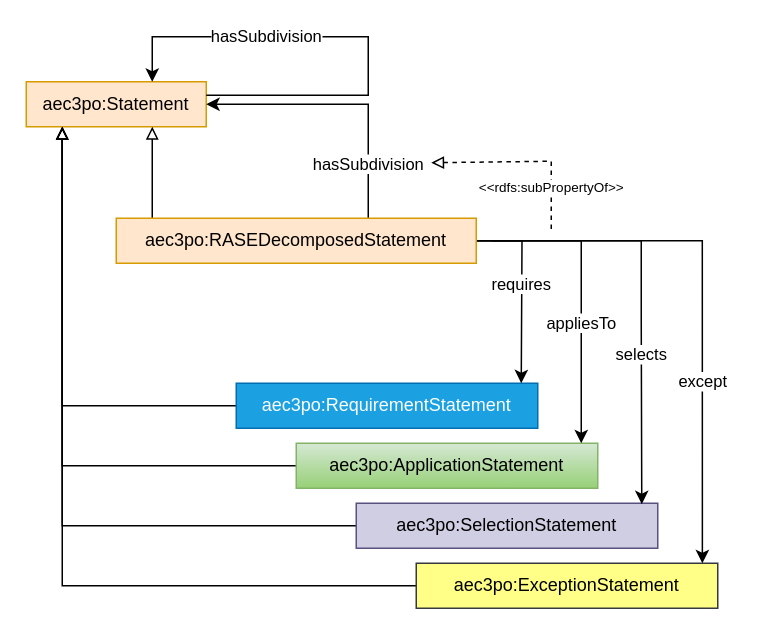
Accord-Project/aec3po keeps this draw.io diagram as page "rase_statement" (31 of 48) of src/aec3po.drawio. Above is the earlier version. Source tidied: cells renumbered, new cells numbered last; positions are measured from the earlier drawing's top-left corner, leaving out a move shared by most shapes. Both pictures are drawn from the tidied source at 150%, with x=0, y=0 at pixel (26, 36).
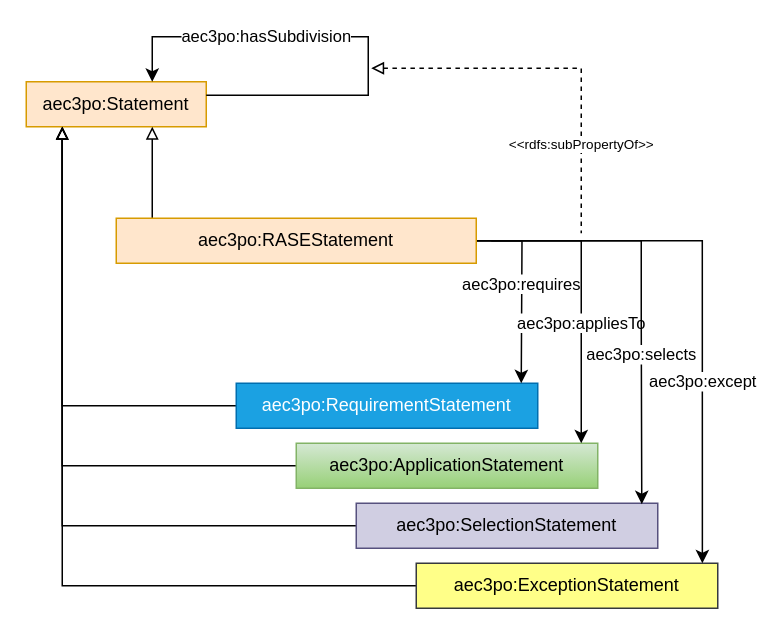
The same page after the edit.

The change refers to these unchanged cells:
```xml
<mxCell id="2" value="aec3po:Statement" style="rounded=0;whiteSpace=wrap;html=1;snapToPoint=1;points=[[0.1,0],[0.2,0],[0.3,0],[0.4,0],[0.5,0],[0.6,0],[0.7,0],[0.8,0],[0.9,0],[0,0.1],[0,0.3],[0,0.5],[0,0.7],[0,0.9],[0.1,1],[0.2,1],[0.3,1],[0.4,1],[0.5,1],[0.6,1],[0.7,1],[0.8,1],[0.9,1],[1,0.1],[1,0.3],[1,0.5],[1,0.7],[1,0.9]];fillColor=#ffe6cc;strokeColor=#d79b00;" parent="1" vertex="1">
  <mxGeometry y="30" width="120" height="30" as="geometry" />
</mxCell>
<mxCell id="6" value="aec3po:SelectionStatement" style="rounded=0;whiteSpace=wrap;html=1;snapToPoint=1;points=[[0.1,0],[0.2,0],[0.3,0],[0.4,0],[0.5,0],[0.6,0],[0.7,0],[0.8,0],[0.9,0],[0,0.1],[0,0.3],[0,0.5],[0,0.7],[0,0.9],[0.1,1],[0.2,1],[0.3,1],[0.4,1],[0.5,1],[0.6,1],[0.7,1],[0.8,1],[0.9,1],[1,0.1],[1,0.3],[1,0.5],[1,0.7],[1,0.9]];fillColor=#d0cee2;strokeColor=#56517e;" parent="1" vertex="1">
  <mxGeometry x="220" y="311" width="201" height="30" as="geometry" />
</mxCell>
<mxCell id="10" value="aec3po:ExceptionStatement" style="rounded=0;whiteSpace=wrap;html=1;snapToPoint=1;points=[[0.1,0],[0.2,0],[0.3,0],[0.4,0],[0.5,0],[0.6,0],[0.7,0],[0.8,0],[0.9,0],[0,0.1],[0,0.3],[0,0.5],[0,0.7],[0,0.9],[0.1,1],[0.2,1],[0.3,1],[0.4,1],[0.5,1],[0.6,1],[0.7,1],[0.8,1],[0.9,1],[1,0.1],[1,0.3],[1,0.5],[1,0.7],[1,0.9]];fillColor=#ffff88;strokeColor=#36393d;" parent="1" vertex="1">
  <mxGeometry x="260" y="351" width="201" height="30" as="geometry" />
</mxCell>
```

Diff of the diagram source:
```diff
@@
-    <mxCell id="11" value="requires" style="edgeStyle=orthogonalEdgeStyle;rounded=0;jettySize=auto;html=1;exitX=1;exitY=0.5;exitDx=0;exitDy=0;endArrow=classic;endFill=1;" parent="1" edge="1" source="17">
+    <mxCell id="11" value="aec3po:requires" style="edgeStyle=orthogonalEdgeStyle;rounded=0;jettySize=auto;html=1;exitX=1;exitY=0.5;exitDx=0;exitDy=0;endArrow=classic;endFill=1;" parent="1" edge="1" source="17">
       <mxGeometry x="-0.04" relative="1" as="geometry">
         <mxPoint x="330" y="231" as="targetPoint" />
       </mxGeometry>
     </mxCell>
-    <mxCell id="12" value="appliesTo" style="edgeStyle=orthogonalEdgeStyle;rounded=0;orthogonalLoop=1;jettySize=auto;html=1;endArrow=classic;endFill=1;" parent="1" edge="1">
+    <mxCell id="12" value="aec3po:appliesTo" style="edgeStyle=orthogonalEdgeStyle;rounded=0;orthogonalLoop=1;jettySize=auto;html=1;endArrow=classic;endFill=1;" parent="1" edge="1">
       <mxGeometry x="0.18" relative="1" as="geometry">
         <mxPoint x="310" y="136" as="sourcePoint" />
         <mxPoint x="370" y="271" as="targetPoint" />
         <Array as="points">
           <mxPoint x="370" y="136" />
           <mxPoint x="370" y="271" />
         </Array>
       </mxGeometry>
     </mxCell>
-    <mxCell id="13" value="selects" style="edgeStyle=orthogonalEdgeStyle;rounded=0;jettySize=auto;html=1;exitX=1;exitY=0.5;exitDx=0;exitDy=0;entryX=0.947;entryY=0.02;entryDx=0;entryDy=0;endArrow=classic;endFill=1;entryPerimeter=0;" parent="1" edge="1" source="17" target="6">
+    <mxCell id="13" value="aec3po:selects" style="edgeStyle=orthogonalEdgeStyle;rounded=0;jettySize=auto;html=1;exitX=1;exitY=0.5;exitDx=0;exitDy=0;entryX=0.947;entryY=0.02;entryDx=0;entryDy=0;endArrow=classic;endFill=1;entryPerimeter=0;" parent="1" edge="1" source="17" target="6">
       <mxGeometry x="0.3" relative="1" as="geometry">
         <Array as="points">
           <mxPoint x="410" y="136" />
           <mxPoint x="410" y="191" />
         </Array>
       </mxGeometry>
     </mxCell>
-    <mxCell id="14" value="except" style="edgeStyle=orthogonalEdgeStyle;rounded=0;jettySize=auto;html=1;exitX=1;exitY=0.5;exitDx=0;exitDy=0;entryX=0.949;entryY=0.002;entryDx=0;entryDy=0;entryPerimeter=0;endArrow=classic;endFill=1;" parent="1" edge="1" source="17" target="10">
+    <mxCell id="14" value="aec3po:except" style="edgeStyle=orthogonalEdgeStyle;rounded=0;jettySize=auto;html=1;exitX=1;exitY=0.5;exitDx=0;exitDy=0;entryX=0.949;entryY=0.002;entryDx=0;entryDy=0;entryPerimeter=0;endArrow=classic;endFill=1;" parent="1" edge="1" source="17" target="10">
       <mxGeometry x="0.34" relative="1" as="geometry" />
     </mxCell>
@@
-    <mxCell id="16" value="hasSubdivision" style="edgeStyle=orthogonalEdgeStyle;rounded=0;jettySize=auto;html=1;exitX=0.7;exitY=0;exitDx=0;exitDy=0;entryX=1;entryY=0.5;entryDx=0;entryDy=0;endArrow=classic;endFill=1;" parent="1" edge="1" source="17" target="2">
-      <mxGeometry x="-0.61" relative="1" as="geometry" />
-    </mxCell>
-    <mxCell id="17" value="aec3po:RASEDecomposedStatement" style="rounded=0;whiteSpace=wrap;html=1;snapToPoint=1;points=[[0.1,0],[0.2,0],[0.3,0],[0.4,0],[0.5,0],[0.6,0],[0.7,0],[0.8,0],[0.9,0],[0,0.1],[0,0.3],[0,0.5],[0,0.7],[0,0.9],[0.1,1],[0.2,1],[0.3,1],[0.4,1],[0.5,1],[0.6,1],[0.7,1],[0.8,1],[0.9,1],[1,0.1],[1,0.3],[1,0.5],[1,0.7],[1,0.9]];fillColor=#ffe6cc;strokeColor=#d79b00;" parent="1" vertex="1">
+    <mxCell id="17" value="aec3po:RASEStatement" style="rounded=0;whiteSpace=wrap;html=1;snapToPoint=1;points=[[0.1,0],[0.2,0],[0.3,0],[0.4,0],[0.5,0],[0.6,0],[0.7,0],[0.8,0],[0.9,0],[0,0.1],[0,0.3],[0,0.5],[0,0.7],[0,0.9],[0.1,1],[0.2,1],[0.3,1],[0.4,1],[0.5,1],[0.6,1],[0.7,1],[0.8,1],[0.9,1],[1,0.1],[1,0.3],[1,0.5],[1,0.7],[1,0.9]];fillColor=#ffe6cc;strokeColor=#d79b00;" parent="1" vertex="1">
       <mxGeometry x="60" y="121" width="240" height="30" as="geometry" />
     </mxCell>
-    <mxCell id="18" value="hasSubdivision" style="edgeStyle=orthogonalEdgeStyle;rounded=0;orthogonalLoop=1;jettySize=auto;html=1;exitX=1;exitY=0.3;exitDx=0;exitDy=0;entryX=0.7;entryY=0;entryDx=0;entryDy=0;endArrow=classic;endFill=1;" parent="1" edge="1" source="2" target="2">
+    <mxCell id="18" value="aec3po:hasSubdivision" style="edgeStyle=orthogonalEdgeStyle;rounded=0;orthogonalLoop=1;jettySize=auto;html=1;exitX=1;exitY=0.3;exitDx=0;exitDy=0;entryX=0.7;entryY=0;entryDx=0;entryDy=0;endArrow=classic;endFill=1;" parent="1" edge="1" source="2" target="2">
       <mxGeometry x="0.34" relative="1" as="geometry">
         <Array as="points">
           <mxPoint x="228" y="39" />
           <mxPoint x="228" />
           <mxPoint x="84" />
         </Array>
       </mxGeometry>
     </mxCell>
     <mxCell id="19" value="&amp;lt;&amp;lt;rdfs:subPropertyOf&amp;gt;&amp;gt;" style="endArrow=none;dashed=1;html=1;strokeWidth=1;rounded=0;endFill=0;startArrow=block;startFill=0;fontSize=9;" parent="1" edge="1">
       <mxGeometry x="0.53" relative="1" as="geometry">
-        <mxPoint x="270" y="84" as="sourcePoint" />
-        <mxPoint x="350" y="131" as="targetPoint" />
+        <mxPoint x="230" y="21" as="sourcePoint" />
+        <mxPoint x="370" y="131" as="targetPoint" />
         <Array as="points">
-          <mxPoint x="350" y="83" />
+          <mxPoint x="370" y="21" />
         </Array>
       </mxGeometry>
     </mxCell>
```
